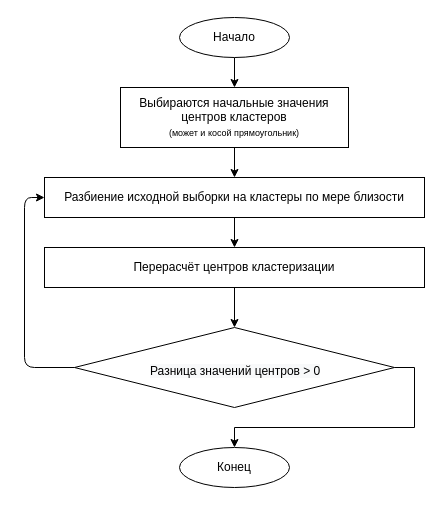
Before: 2021-2022/!k-means/sources/k_means.drawio in Saoqq/TOI, a draw.io diagram. Source tidied: cells renumbered, new cells numbered last; positions are measured from the earlier drawing's top-left corner, leaving out a move shared by most shapes. Both pictures are drawn from the tidied source at 100%, with x=0, y=0 at pixel (24, 17).
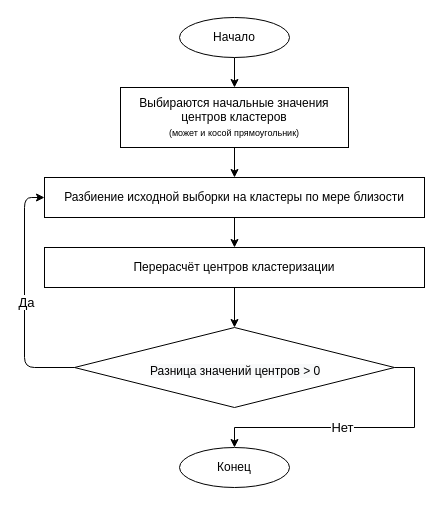
The same page after the edit.

Commit message (it also covers changes not shown here):
k-means картинку подправил

The edit, as a diff of the source:
```diff
@@
 <mxGraphModel background="#ffffff">
   <root>
     <mxCell id="0" />
     <mxCell id="1" parent="0" />
     <mxCell id="2" style="edgeStyle=orthogonalEdgeStyle;rounded=0;jettySize=auto;html=1;" parent="1" edge="1" source="3" target="11">
       <mxGeometry relative="1" as="geometry" />
     </mxCell>
     <mxCell id="3" value="Начало" style="ellipse;whiteSpace=wrap;html=1;" parent="1" vertex="1">
       <mxGeometry x="155" width="110" height="40" as="geometry" />
     </mxCell>
     <mxCell id="4" style="edgeStyle=orthogonalEdgeStyle;rounded=0;jettySize=auto;html=1;" parent="1" edge="1" source="5" target="8">
       <mxGeometry relative="1" as="geometry" />
     </mxCell>
     <mxCell id="5" value="Разбиение исходной выборки на кластеры по мере близости" style="rounded=0;whiteSpace=wrap;html=1;" parent="1" vertex="1">
       <mxGeometry x="20" y="160" width="380" height="40" as="geometry" />
     </mxCell>
     <mxCell id="6" style="edgeStyle=orthogonalEdgeStyle;rounded=0;jettySize=auto;html=1;" parent="1" edge="1" source="11" target="5">
       <mxGeometry relative="1" as="geometry" />
     </mxCell>
     <mxCell id="7" style="edgeStyle=orthogonalEdgeStyle;rounded=0;jettySize=auto;html=1;" parent="1" edge="1" source="8" target="13">
       <mxGeometry relative="1" as="geometry" />
     </mxCell>
     <mxCell id="8" value="Перерасчёт центров кластеризации" style="rounded=0;whiteSpace=wrap;html=1;" parent="1" vertex="1">
       <mxGeometry x="20" y="230" width="380" height="40" as="geometry" />
     </mxCell>
     <mxCell id="9" style="edgeStyle=orthogonalEdgeStyle;rounded=0;jettySize=auto;html=1;exitX=1;exitY=0.5;exitDx=0;exitDy=0;" parent="1" edge="1" source="13" target="10">
       <mxGeometry relative="1" as="geometry" />
     </mxCell>
+    <mxCell id="16" value="&lt;font style=&quot;font-size: 13px&quot;&gt;Нет&lt;/font&gt;" style="edgeLabel;html=1;align=center;verticalAlign=middle;" parent="9" vertex="1">
+      <mxGeometry x="0.09" y="-1" relative="1" as="geometry" />
+    </mxCell>
     <mxCell id="10" value="Конец" style="ellipse;whiteSpace=wrap;html=1;" parent="1" vertex="1">
       <mxGeometry x="155" y="430" width="110" height="40" as="geometry" />
     </mxCell>
     <mxCell id="11" value="&lt;span&gt;Выбираются начальные значения центров кластеров&lt;br&gt;&lt;font style=&quot;font-size: 9px&quot;&gt;(может и косой прямоугольник)&lt;/font&gt;&lt;br&gt;&lt;/span&gt;" style="rounded=0;whiteSpace=wrap;html=1;" parent="1" vertex="1">
       <mxGeometry x="96" y="70" width="228" height="60" as="geometry" />
     </mxCell>
     <mxCell id="12" style="group;" parent="1" vertex="1">
       <mxGeometry x="50" y="310" width="320" height="80" as="geometry" />
     </mxCell>
     <mxCell id="13" style="rhombus;whiteSpace=wrap;html=1;fontSize=9;" parent="12" vertex="1">
       <mxGeometry width="320" height="80" as="geometry" />
     </mxCell>
     <mxCell id="14" value="&lt;span style=&quot;color: rgb(0 , 0 , 0) ; font-family: &amp;#34;helvetica&amp;#34; ; font-size: 12px ; font-style: normal ; font-weight: 400 ; letter-spacing: normal ; text-align: center ; text-indent: 0px ; text-transform: none ; word-spacing: 0px ; background-color: rgb(248 , 249 , 250) ; display: inline ; float: none&quot;&gt;Разница значений центров &amp;gt; 0&lt;/span&gt;&lt;br&gt;" style="text;whiteSpace=wrap;html=1;fontSize=9;" parent="12" vertex="1">
       <mxGeometry x="74" y="30" width="200" height="30" as="geometry" />
     </mxCell>
     <mxCell id="15" style="edgeStyle=orthogonalEdgeStyle;html=1;entryX=0;entryY=0.5;entryDx=0;entryDy=0;fontSize=9;" parent="1" edge="1" source="13" target="5">
       <mxGeometry relative="1" as="geometry">
         <Array as="points">
           <mxPoint y="350" />
           <mxPoint y="180" />
         </Array>
       </mxGeometry>
     </mxCell>
+    <mxCell id="17" value="&lt;font style=&quot;font-size: 13px&quot;&gt;Да&lt;/font&gt;" style="edgeLabel;html=1;align=center;verticalAlign=middle;" parent="15" vertex="1">
+      <mxGeometry x="-0.03" y="-1" relative="1" as="geometry" />
+    </mxCell>
   </root>
 </mxGraphModel>
```
